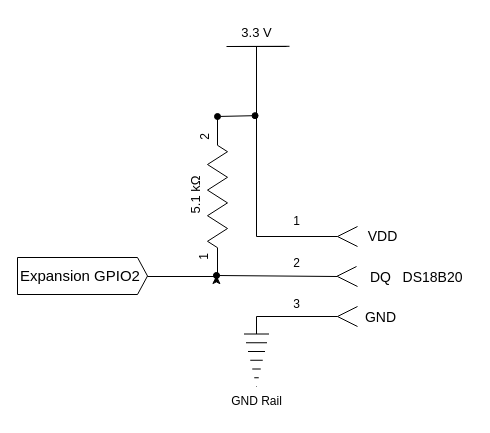
The draw.io diagram docs/device-tree-overlay/assets/one-wire-device-circuit-diagram.drawio.xml in OnionIoT/documentation, before the edit. Source tidied: cells renumbered, new cells numbered last; positions are measured from the earlier drawing's top-left corner, leaving out a move shared by most shapes. Both pictures are drawn from the tidied source at 100%, with x=0, y=0 at pixel (17, 17).
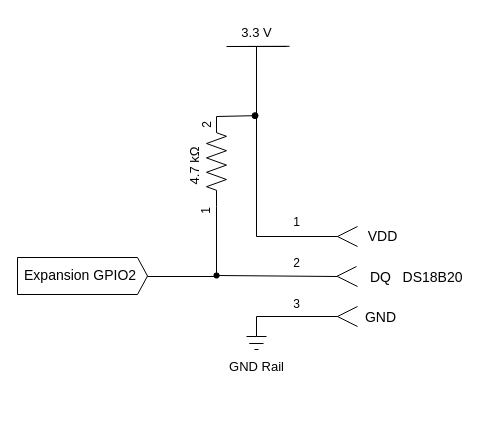
After the change.

Commit message (it also covers changes not shown here):
updated resistor value in diagram and removed tip admonition

The change refers to these unchanged cells:
```xml
<mxCell id="6" style="verticalLabelPosition=top;verticalAlign=bottom;shape=mxgraph.electrical.signal_sources.vdd;shadow=0;dashed=0;align=center;strokeWidth=1;fontSize=24;html=1;flipV=1;" parent="1" vertex="1">
  <mxGeometry x="209" y="29" width="60" height="190" as="geometry" />
</mxCell>
<mxCell id="12" style="shape=waypoint;sketch=0;size=6;points=[];fillColor=default;perimeter=centerPerimeter;snapToPoint=1;verticalAlign=top;shadow=0;dashed=0;" parent="1" vertex="1">
  <mxGeometry x="189" y="248" width="20" height="20" as="geometry" />
</mxCell>
```

The edit, as a diff of the source:
```diff
@@
-    <mxCell id="3" style="edgeStyle=none;rounded=0;jettySize=auto;html=1;" parent="1" edge="1" source="4" target="12">
-      <mxGeometry relative="1" as="geometry" />
-    </mxCell>
+    <mxCell id="34" style="edgeStyle=orthogonalEdgeStyle;rounded=0;jettySize=auto;html=1;endArrow=none;endFill=0;" parent="1" edge="1" source="4" target="12">
+      <mxGeometry relative="1" as="geometry" />
+    </mxCell>
     <mxCell id="4" style="verticalLabelPosition=bottom;shadow=0;dashed=0;align=center;html=1;verticalAlign=top;shape=mxgraph.electrical.resistors.resistor_2;direction=south;fillColor=default;" parent="1" vertex="1">
-      <mxGeometry x="190" y="99" width="20" height="160" as="geometry" />
+      <mxGeometry x="189" y="99" width="20" height="90" as="geometry" />
     </mxCell>
@@
-    <mxCell id="7" style="edgeStyle=none;rounded=0;jettySize=auto;html=1;exitX=0;exitY=0.5;exitDx=0;exitDy=0;exitPerimeter=0;entryX=0.476;entryY=0.636;entryDx=0;entryDy=0;entryPerimeter=0;endArrow=oval;endFill=1;startArrow=oval;startFill=1;" parent="1" edge="1" source="4" target="6">
+    <mxCell id="7" style="edgeStyle=none;rounded=0;jettySize=auto;html=1;exitX=0;exitY=0.5;exitDx=0;exitDy=0;exitPerimeter=0;entryX=0.476;entryY=0.636;entryDx=0;entryDy=0;entryPerimeter=0;endArrow=oval;endFill=1;startArrow=none;startFill=0;" parent="1" edge="1" source="4" target="6">
       <mxGeometry relative="1" as="geometry" />
     </mxCell>
@@
-    <mxCell id="9" value="&lt;font style=&quot;font-size: 15px;&quot;&gt;Expansion GPIO2&amp;nbsp;&lt;/font&gt;" style="text;html=1;align=center;verticalAlign=middle;whiteSpace=wrap;rounded=0;" parent="1" vertex="1">
+    <mxCell id="9" value="&lt;font style=&quot;font-size: 14px;&quot;&gt;Expansion GPIO2&amp;nbsp;&lt;/font&gt;" style="text;html=1;align=center;verticalAlign=middle;whiteSpace=wrap;rounded=0;fontColor=default;" parent="1" vertex="1">
       <mxGeometry y="250" width="130" height="16" as="geometry" />
     </mxCell>
@@
-    <mxCell id="11" style="edgeStyle=none;rounded=0;jettySize=auto;html=1;exitX=1;exitY=0.5;exitDx=0;exitDy=0;exitPerimeter=0;endArrow=oval;endFill=1;" parent="1" edge="1" source="4" target="12">
-      <mxGeometry relative="1" as="geometry" />
-    </mxCell>
@@
-    <mxCell id="13" style="edgeStyle=none;rounded=0;jettySize=auto;html=1;exitX=0.5;exitY=0;exitDx=0;exitDy=0;exitPerimeter=0;endArrow=none;endFill=0;" parent="1" edge="1" source="14">
+    <mxCell id="13" style="edgeStyle=none;rounded=0;orthogonalLoop=1;jettySize=auto;html=1;endArrow=none;endFill=0;" parent="1" edge="1">
       <mxGeometry relative="1" as="geometry">
+        <mxPoint x="239" y="299" as="sourcePoint" />
         <mxPoint x="320" y="299" as="targetPoint" />
       </mxGeometry>
     </mxCell>
-    <mxCell id="14" style="verticalLabelPosition=bottom;shadow=0;dashed=0;align=center;html=1;verticalAlign=top;shape=mxgraph.electrical.signal_sources.protective_earth;" parent="1" vertex="1">
-      <mxGeometry x="226.5" y="299" width="25" height="70" as="geometry" />
-    </mxCell>
@@
-    <mxCell id="25" value="GND Rail" style="text;html=1;align=center;verticalAlign=middle;strokeColor=none;fillColor=none;" parent="1" vertex="1">
-      <mxGeometry x="204" y="369" width="70" height="30" as="geometry" />
-    </mxCell>
@@
     <mxCell id="27" value="1" style="text;html=1;align=center;verticalAlign=middle;strokeColor=none;fillColor=none;rotation=-90;" parent="1" vertex="1">
-      <mxGeometry x="172" y="225" width="30" height="30" as="geometry" />
+      <mxGeometry x="174" y="179" width="30" height="30" as="geometry" />
     </mxCell>
     <mxCell id="28" value="2" style="text;html=1;align=center;verticalAlign=middle;strokeColor=none;fillColor=none;rotation=-90;" parent="1" vertex="1">
-      <mxGeometry x="173" y="105" width="30" height="30" as="geometry" />
+      <mxGeometry x="175" y="93" width="30" height="30" as="geometry" />
     </mxCell>
     <mxCell id="29" value="1" style="text;html=1;align=center;verticalAlign=middle;strokeColor=none;fillColor=none;rotation=0;" parent="1" vertex="1">
-      <mxGeometry x="264" y="189" width="30" height="30" as="geometry" />
+      <mxGeometry x="264" y="190" width="30" height="30" as="geometry" />
     </mxCell>
@@
-    <mxCell id="32" value="&lt;span style=&quot;font-size: 13px;&quot;&gt;5.1 kΩ&lt;/span&gt;" style="text;html=1;align=center;verticalAlign=middle;strokeColor=none;fillColor=none;rotation=-90;" parent="1" vertex="1">
-      <mxGeometry x="148" y="163" width="60" height="30" as="geometry" />
+    <mxCell id="32" value="&lt;span style=&quot;font-size: 13px;&quot;&gt;4.7 kΩ&lt;/span&gt;" style="text;html=1;align=center;verticalAlign=middle;strokeColor=none;fillColor=none;rotation=-90;" parent="1" vertex="1">
+      <mxGeometry x="147" y="134" width="60" height="30" as="geometry" />
     </mxCell>
@@
+    <mxCell id="35" style="endArrow=none;html=1;rounded=0;" parent="1" edge="1">
+      <mxGeometry relative="1" as="geometry">
+        <mxPoint x="239" y="319" as="sourcePoint" />
+        <mxPoint x="239" y="299" as="targetPoint" />
+      </mxGeometry>
+    </mxCell>
+    <mxCell id="36" style="endArrow=none;html=1;rounded=0;" parent="1" edge="1">
+      <mxGeometry relative="1" as="geometry">
+        <mxPoint x="229" y="319" as="sourcePoint" />
+        <mxPoint x="249" y="319" as="targetPoint" />
+        <Array as="points">
+          <mxPoint x="239" y="319" />
+        </Array>
+      </mxGeometry>
+    </mxCell>
+    <mxCell id="37" style="endArrow=none;html=1;rounded=0;" parent="1" edge="1">
+      <mxGeometry relative="1" as="geometry">
+        <mxPoint x="237" y="332" as="sourcePoint" />
+        <mxPoint x="241" y="332" as="targetPoint" />
+        <Array as="points">
+          <mxPoint x="237" y="332" />
+        </Array>
+      </mxGeometry>
+    </mxCell>
+    <mxCell id="38" style="endArrow=none;html=1;rounded=0;" parent="1" edge="1">
+      <mxGeometry relative="1" as="geometry">
+        <mxPoint x="236" y="326" as="sourcePoint" />
+        <mxPoint x="246" y="326" as="targetPoint" />
+        <Array as="points">
+          <mxPoint x="232" y="326" />
+        </Array>
+      </mxGeometry>
+    </mxCell>
+    <mxCell id="25" value="&lt;font style=&quot;font-size: 13px;&quot;&gt;GND Rail&lt;/font&gt;" style="text;html=1;align=center;verticalAlign=middle;strokeColor=none;fillColor=none;" parent="1" vertex="1">
+      <mxGeometry x="199" y="334" width="80" height="30" as="geometry" />
+    </mxCell>
```
